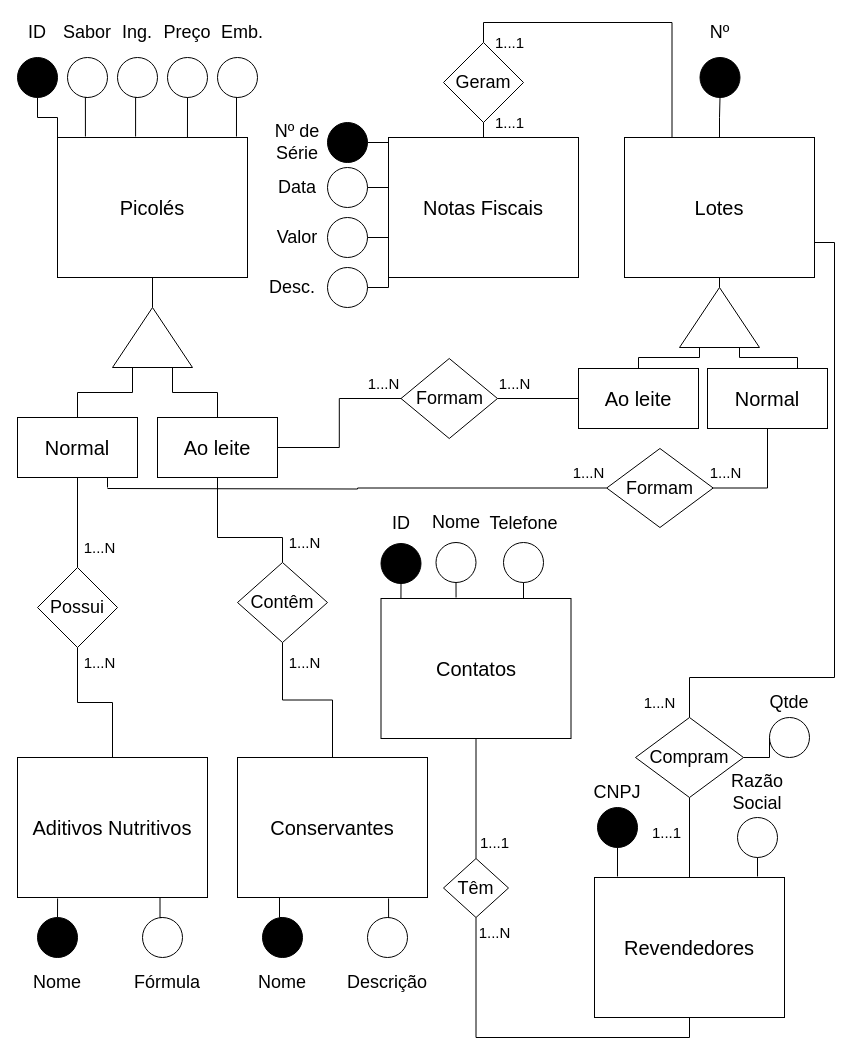
Above: Lists/List01/Exec06/Popsicle.drawio in RenanGAS/Database-1 (draw.io), before the change. Source tidied: cells renumbered, new cells numbered last; positions are measured from the earlier drawing's top-left corner, leaving out a move shared by most shapes. Both pictures are drawn from the tidied source at 100%, with x=0, y=0 at pixel (17, 17).
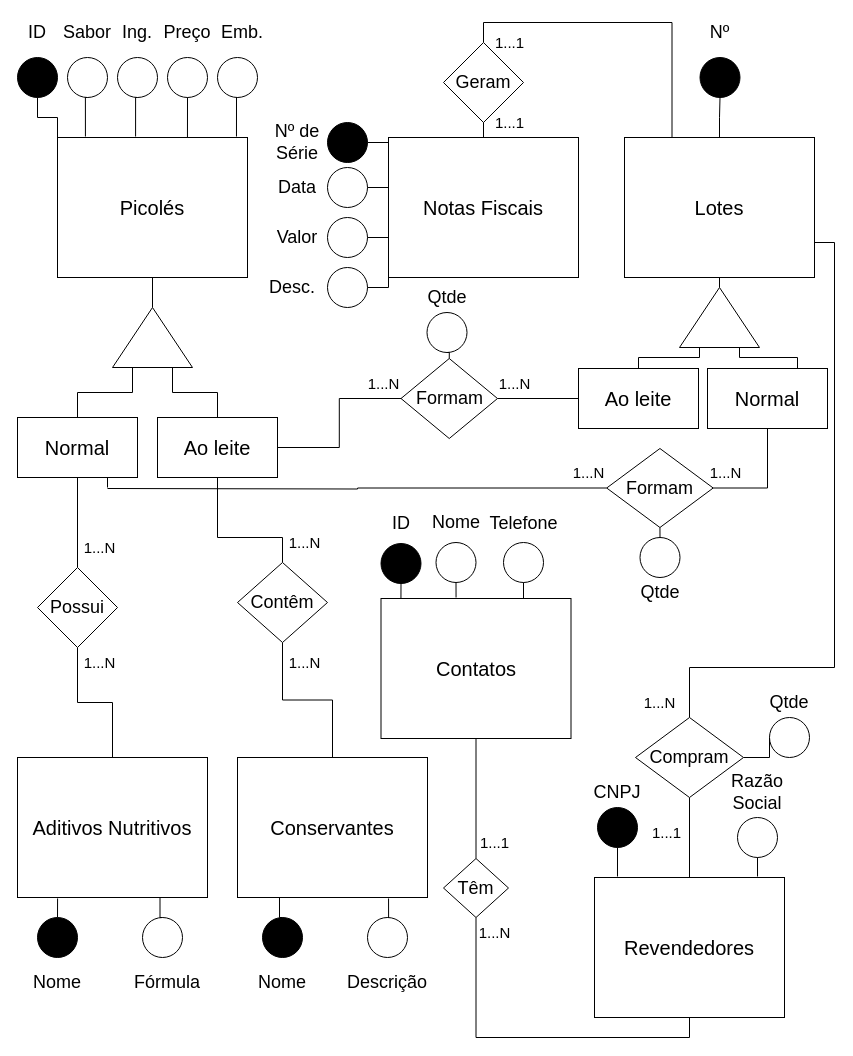
The same page after the edit.

Unchanged cells that the change refers to:
```xml
<mxCell id="10" value="&lt;font style=&quot;font-size: 20px&quot;&gt;Lotes&lt;/font&gt;" style="rounded=0;whiteSpace=wrap;html=1;" parent="1" vertex="1">
  <mxGeometry x="607" y="120" width="190" height="140" as="geometry" />
</mxCell>
<mxCell id="27" value="&lt;span style=&quot;font-size: 18px&quot;&gt;Compram&lt;/span&gt;" style="rhombus;whiteSpace=wrap;html=1;" parent="1" vertex="1">
  <mxGeometry x="618" y="700" width="108" height="80" as="geometry" />
</mxCell>
<mxCell id="109" value="&lt;font style=&quot;font-size: 18px&quot;&gt;Formam&lt;/font&gt;" style="rhombus;whiteSpace=wrap;html=1;labelBackgroundColor=#FFFFFF;fontSize=15;fillColor=#FFFFFF;" parent="1" vertex="1">
  <mxGeometry x="383.5" y="341" width="96.5" height="80" as="geometry" />
</mxCell>
<mxCell id="112" value="&lt;font style=&quot;font-size: 18px&quot;&gt;Formam&lt;/font&gt;" style="rhombus;whiteSpace=wrap;html=1;labelBackgroundColor=#FFFFFF;fontSize=15;fillColor=#FFFFFF;" parent="1" vertex="1">
  <mxGeometry x="589.2" y="431" width="106.5" height="79" as="geometry" />
</mxCell>
```

Diff of the diagram source:
```diff
@@
     <mxCell id="9" style="edgeStyle=orthogonalEdgeStyle;rounded=0;jettySize=auto;html=1;exitX=1;exitY=0.75;exitDx=0;exitDy=0;entryX=0.5;entryY=0;entryDx=0;entryDy=0;fontSize=15;endArrow=none;endFill=0;" parent="1" edge="1" source="10" target="27">
       <mxGeometry relative="1" as="geometry">
         <Array as="points">
           <mxPoint x="817" y="225" />
-          <mxPoint x="817" y="660" />
-          <mxPoint x="672" y="660" />
+          <mxPoint x="817" y="650" />
+          <mxPoint x="672" y="650" />
         </Array>
       </mxGeometry>
     </mxCell>
@@
+    <mxCell id="117" style="edgeStyle=orthogonalEdgeStyle;rounded=0;jettySize=auto;html=1;exitX=0.5;exitY=1;exitDx=0;exitDy=0;entryX=0.5;entryY=0;entryDx=0;entryDy=0;endArrow=none;endFill=0;" parent="1" edge="1" source="118" target="109">
+      <mxGeometry relative="1" as="geometry" />
+    </mxCell>
+    <mxCell id="118" style="ellipse;whiteSpace=wrap;html=1;fontSize=18;fillColor=none;" parent="1" vertex="1">
+      <mxGeometry x="409.5" y="295" width="40" height="40" as="geometry" />
+    </mxCell>
+    <mxCell id="119" value="Qtde" style="text;html=1;strokeColor=none;fillColor=none;align=center;verticalAlign=middle;whiteSpace=wrap;rounded=0;dashed=1;fontSize=18;" parent="1" vertex="1">
+      <mxGeometry x="404.5" y="265" width="50" height="30" as="geometry" />
+    </mxCell>
+    <mxCell id="120" style="edgeStyle=orthogonalEdgeStyle;rounded=0;jettySize=auto;html=1;exitX=0.5;exitY=0;exitDx=0;exitDy=0;entryX=0.5;entryY=1;entryDx=0;entryDy=0;endArrow=none;endFill=0;" parent="1" edge="1" source="121" target="112">
+      <mxGeometry relative="1" as="geometry" />
+    </mxCell>
+    <mxCell id="121" style="ellipse;whiteSpace=wrap;html=1;fontSize=18;fillColor=none;" parent="1" vertex="1">
+      <mxGeometry x="622.5" y="520" width="40" height="40" as="geometry" />
+    </mxCell>
+    <mxCell id="122" value="Qtde" style="text;html=1;strokeColor=none;fillColor=none;align=center;verticalAlign=middle;whiteSpace=wrap;rounded=0;dashed=1;fontSize=18;" parent="1" vertex="1">
+      <mxGeometry x="618" y="560" width="50" height="30" as="geometry" />
+    </mxCell>
```
